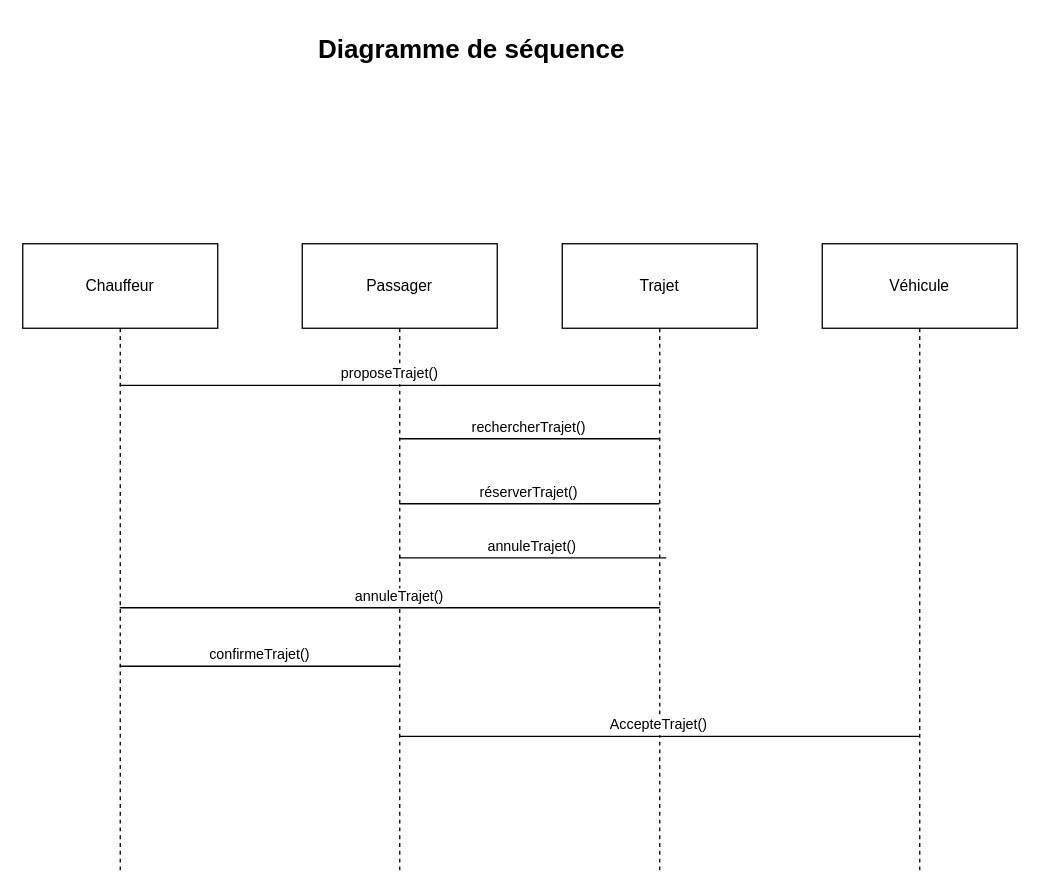
Earlier version of the draw.io diagram Diagramme sans nom.drawio (Rachidit/Rachidit). Source tidied: cells renumbered, new cells numbered last; positions are measured from the earlier drawing's top-left corner, leaving out a move shared by most shapes. Both pictures are drawn from the tidied source at 130%, with x=0, y=0 at pixel (22, 22).
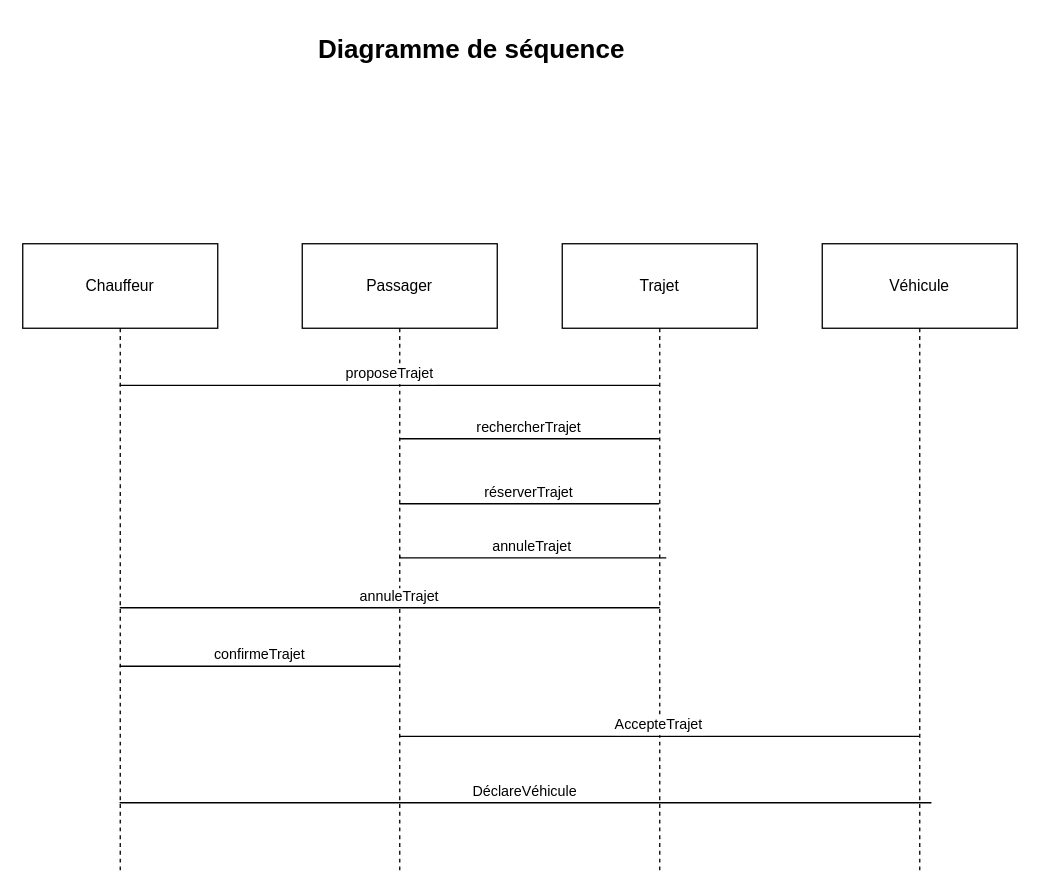
The same diagram, later.

Commit message:
Diagramme de qéquence

The change refers to these unchanged cells:
```xml
<mxCell id="2" value="Chauffeur" style="shape=umlLifeline;perimeter=lifelinePerimeter;whiteSpace=wrap;outlineConnect=0;portConstraint=eastwest;newEdgeStyle={&quot;edgeStyle&quot;:&quot;elbowEdgeStyle&quot;,&quot;elbow&quot;:&quot;vertical&quot;,&quot;curved&quot;:0,&quot;rounded&quot;:0};size=65;" parent="1" vertex="1">
  <mxGeometry y="170" width="150" height="484" as="geometry" />
</mxCell>
<mxCell id="3" value="Passager" style="shape=umlLifeline;perimeter=lifelinePerimeter;whiteSpace=wrap;outlineConnect=0;portConstraint=eastwest;newEdgeStyle={&quot;edgeStyle&quot;:&quot;elbowEdgeStyle&quot;,&quot;elbow&quot;:&quot;vertical&quot;,&quot;curved&quot;:0,&quot;rounded&quot;:0};size=65;" parent="1" vertex="1">
  <mxGeometry x="215" y="170" width="150" height="484" as="geometry" />
</mxCell>
<mxCell id="4" value="Trajet" style="shape=umlLifeline;perimeter=lifelinePerimeter;whiteSpace=wrap;outlineConnect=0;portConstraint=eastwest;newEdgeStyle={&quot;edgeStyle&quot;:&quot;elbowEdgeStyle&quot;,&quot;elbow&quot;:&quot;vertical&quot;,&quot;curved&quot;:0,&quot;rounded&quot;:0};size=65;" parent="1" vertex="1">
  <mxGeometry x="415" y="170" width="150" height="484" as="geometry" />
</mxCell>
<mxCell id="5" value="Véhicule" style="shape=umlLifeline;perimeter=lifelinePerimeter;whiteSpace=wrap;outlineConnect=0;portConstraint=eastwest;newEdgeStyle={&quot;edgeStyle&quot;:&quot;elbowEdgeStyle&quot;,&quot;elbow&quot;:&quot;vertical&quot;,&quot;curved&quot;:0,&quot;rounded&quot;:0};size=65;" parent="1" vertex="1">
  <mxGeometry x="615" y="170" width="150" height="484" as="geometry" />
</mxCell>
```

Change to the diagram source:
```diff
@@
-    <mxCell id="6" value="proposeTrajet()" style="verticalAlign=bottom;edgeStyle=elbowEdgeStyle;elbow=vertical;curved=0;rounded=0;endArrow=none;" parent="1" edge="1" source="2" target="4">
+    <mxCell id="6" value="proposeTrajet" style="verticalAlign=bottom;edgeStyle=elbowEdgeStyle;elbow=vertical;curved=0;rounded=0;endArrow=none;" parent="1" edge="1" source="2" target="4">
       <mxGeometry relative="1" as="geometry">
         <Array as="points">
           <mxPoint x="293" y="279" />
         </Array>
       </mxGeometry>
     </mxCell>
-    <mxCell id="7" value="rechercherTrajet()" style="verticalAlign=bottom;edgeStyle=elbowEdgeStyle;elbow=vertical;curved=0;rounded=0;endArrow=none;" parent="1" edge="1">
+    <mxCell id="7" value="rechercherTrajet" style="verticalAlign=bottom;edgeStyle=elbowEdgeStyle;elbow=vertical;curved=0;rounded=0;endArrow=none;" parent="1" edge="1">
       <mxGeometry relative="1" as="geometry">
         <mxPoint x="289.6" y="320" as="sourcePoint" />
         <mxPoint x="489.5" y="320" as="targetPoint" />
         <Array as="points">
           <mxPoint x="400" y="320" />
         </Array>
       </mxGeometry>
     </mxCell>
-    <mxCell id="8" value="réserverTrajet()" style="verticalAlign=bottom;edgeStyle=elbowEdgeStyle;elbow=vertical;curved=0;rounded=0;endArrow=none;" parent="1" edge="1">
+    <mxCell id="8" value="réserverTrajet" style="verticalAlign=bottom;edgeStyle=elbowEdgeStyle;elbow=vertical;curved=0;rounded=0;endArrow=none;" parent="1" edge="1">
       <mxGeometry relative="1" as="geometry">
         <mxPoint x="289.6" y="370" as="sourcePoint" />
         <mxPoint x="489.5" y="370" as="targetPoint" />
         <Array as="points">
           <mxPoint x="400" y="370" />
         </Array>
       </mxGeometry>
     </mxCell>
-    <mxCell id="9" value="annuleTrajet()" style="verticalAlign=bottom;edgeStyle=elbowEdgeStyle;elbow=vertical;curved=0;rounded=0;endArrow=none;" parent="1" edge="1">
+    <mxCell id="9" value="annuleTrajet" style="verticalAlign=bottom;edgeStyle=elbowEdgeStyle;elbow=vertical;curved=0;rounded=0;endArrow=none;" parent="1" edge="1">
       <mxGeometry x="0.29" relative="1" as="geometry">
         <mxPoint x="300" y="450" as="sourcePoint" />
         <mxPoint x="74.6" y="450" as="targetPoint" />
         <Array as="points">
           <mxPoint x="490" y="450" />
         </Array>
       </mxGeometry>
     </mxCell>
-    <mxCell id="10" value="confirmeTrajet()" style="verticalAlign=bottom;edgeStyle=elbowEdgeStyle;elbow=vertical;curved=0;rounded=0;endArrow=none;" parent="1" edge="1" source="2" target="3">
+    <mxCell id="10" value="confirmeTrajet" style="verticalAlign=bottom;edgeStyle=elbowEdgeStyle;elbow=vertical;curved=0;rounded=0;endArrow=none;" parent="1" edge="1" source="2" target="3">
       <mxGeometry relative="1" as="geometry">
         <Array as="points">
           <mxPoint x="193" y="495" />
         </Array>
       </mxGeometry>
     </mxCell>
-    <mxCell id="11" value="AccepteTrajet()" style="verticalAlign=bottom;edgeStyle=elbowEdgeStyle;elbow=vertical;curved=0;rounded=0;endArrow=none;" parent="1" edge="1" source="3" target="5">
+    <mxCell id="11" value="AccepteTrajet" style="verticalAlign=bottom;edgeStyle=elbowEdgeStyle;elbow=vertical;curved=0;rounded=0;endArrow=none;" parent="1" edge="1" source="3" target="5">
       <mxGeometry relative="1" as="geometry">
         <Array as="points">
           <mxPoint x="500" y="549" />
         </Array>
       </mxGeometry>
     </mxCell>
-    <mxCell id="12" value="annuleTrajet()" style="verticalAlign=bottom;edgeStyle=elbowEdgeStyle;elbow=vertical;curved=0;rounded=0;endArrow=none;" parent="1" edge="1">
+    <mxCell id="12" value="annuleTrajet" style="verticalAlign=bottom;edgeStyle=elbowEdgeStyle;elbow=vertical;curved=0;rounded=0;endArrow=none;" parent="1" edge="1">
       <mxGeometry relative="1" as="geometry">
         <mxPoint x="495" y="411.6" as="sourcePoint" />
         <mxPoint x="290" y="410" as="targetPoint" />
         <Array as="points">
           <mxPoint x="398" y="411.6" />
         </Array>
       </mxGeometry>
     </mxCell>
@@
+    <mxCell id="14" value="DéclareVéhicule" style="verticalAlign=bottom;edgeStyle=elbowEdgeStyle;elbow=vertical;curved=0;rounded=0;endArrow=none;" parent="1" edge="1" source="2">
+      <mxGeometry relative="1" as="geometry">
+        <mxPoint x="699" y="600" as="targetPoint" />
+        <Array as="points">
+          <mxPoint x="509" y="600" />
+        </Array>
+      </mxGeometry>
+    </mxCell>
```
